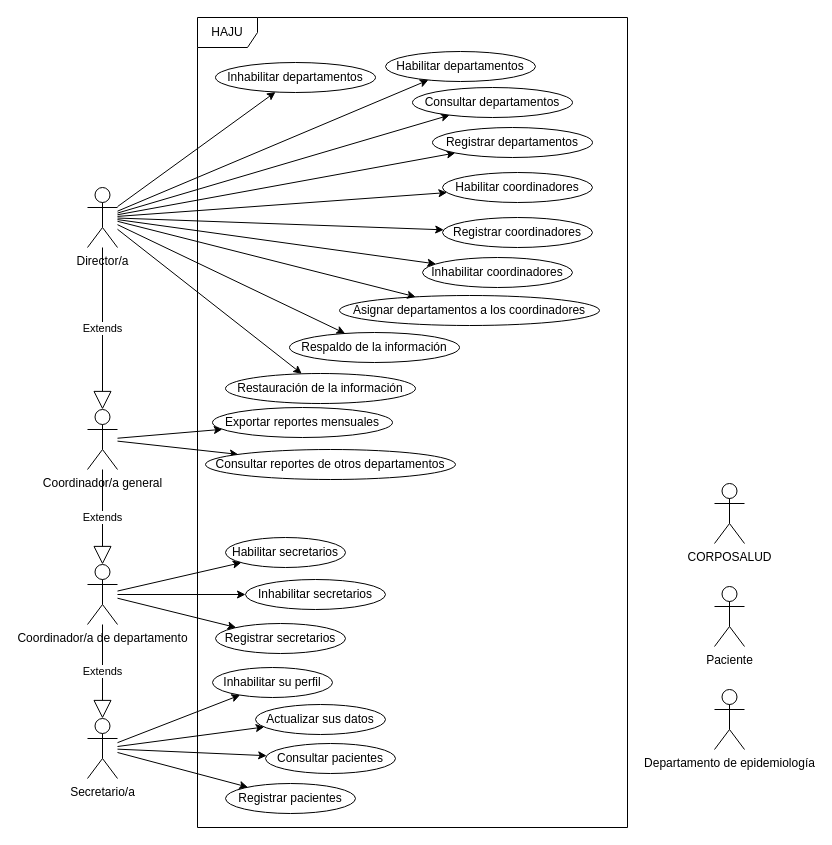
Before: page "Casos de Uso General" (3 of 5) of docs/Diagramas.drawio in fadrian06/haju, a draw.io diagram. Source tidied: cells renumbered, new cells numbered last; positions are measured from the earlier drawing's top-left corner, leaving out a move shared by most shapes. Both pictures are drawn from the tidied source at 100%, with x=0, y=0 at pixel (87, 17).
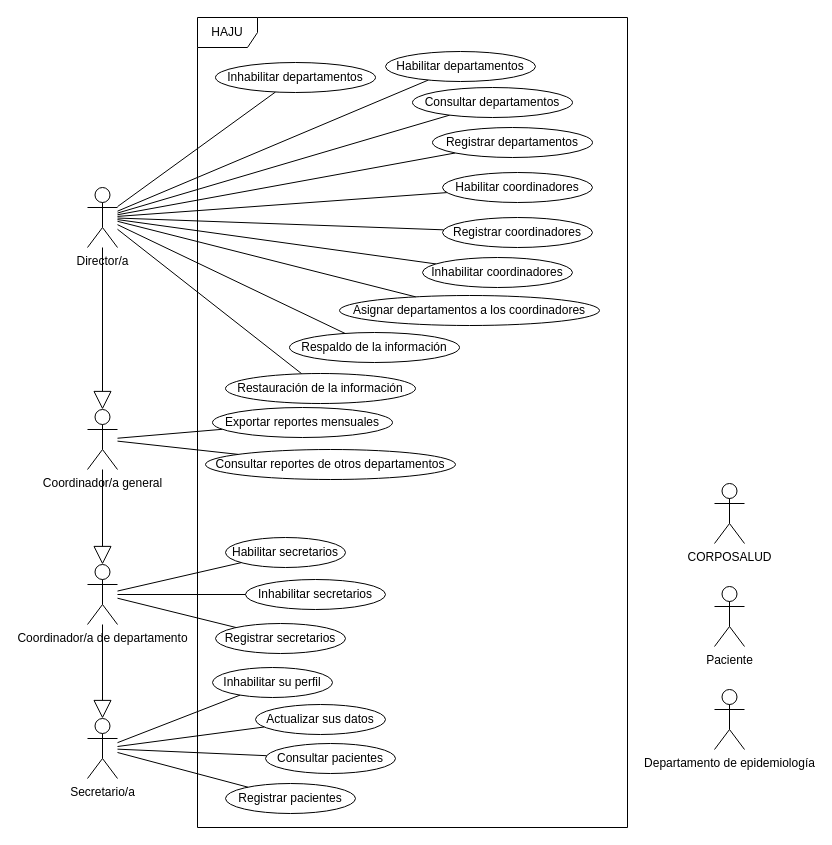
The same page after the edit.

The change refers to these unchanged cells:
```xml
<mxCell id="5" value="Coordinador/a de departamento" style="shape=umlActor;verticalLabelPosition=bottom;verticalAlign=top;html=1;" parent="1" vertex="1">
  <mxGeometry y="547" width="30" height="60" as="geometry" />
</mxCell>
<mxCell id="7" value="Registrar secretarios" style="ellipse;whiteSpace=wrap;html=1;" parent="1" vertex="1">
  <mxGeometry x="128" y="606" width="130" height="30" as="geometry" />
</mxCell>
<mxCell id="8" value="Habilitar secretarios" style="ellipse;whiteSpace=wrap;html=1;" parent="1" vertex="1">
  <mxGeometry x="138" y="520" width="120" height="30" as="geometry" />
</mxCell>
<mxCell id="9" value="Inhabilitar secretarios" style="ellipse;whiteSpace=wrap;html=1;" parent="1" vertex="1">
  <mxGeometry x="158" y="562" width="140" height="30" as="geometry" />
</mxCell>
<mxCell id="16" value="Coordinador/a general" style="shape=umlActor;verticalLabelPosition=bottom;verticalAlign=top;html=1;" parent="1" vertex="1">
  <mxGeometry y="392" width="30" height="60" as="geometry" />
</mxCell>
<mxCell id="18" value="Respaldo de la información" style="ellipse;whiteSpace=wrap;html=1;" parent="1" vertex="1">
  <mxGeometry x="202" y="315" width="170" height="30" as="geometry" />
</mxCell>
<mxCell id="19" value="Restauración de la información" style="ellipse;whiteSpace=wrap;html=1;" parent="1" vertex="1">
  <mxGeometry x="138" y="356" width="190" height="30" as="geometry" />
</mxCell>
<mxCell id="20" value="Consultar reportes de otros departamentos" style="ellipse;whiteSpace=wrap;html=1;" parent="1" vertex="1">
  <mxGeometry x="118" y="432" width="250" height="30" as="geometry" />
</mxCell>
<mxCell id="21" value="Exportar reportes mensuales" style="ellipse;whiteSpace=wrap;html=1;" parent="1" vertex="1">
  <mxGeometry x="125" y="390" width="180" height="30" as="geometry" />
</mxCell>
<mxCell id="22" value="Asignar departamentos a los coordinadores" style="ellipse;whiteSpace=wrap;html=1;" parent="1" vertex="1">
  <mxGeometry x="252" y="278" width="260" height="30" as="geometry" />
</mxCell>
<mxCell id="31" value="Director/a" style="shape=umlActor;verticalLabelPosition=bottom;verticalAlign=top;html=1;" parent="1" vertex="1">
  <mxGeometry y="170" width="30" height="60" as="geometry" />
</mxCell>
<mxCell id="33" value="Registrar coordinadores" style="ellipse;whiteSpace=wrap;html=1;" parent="1" vertex="1">
  <mxGeometry x="355" y="200" width="150" height="30" as="geometry" />
</mxCell>
<mxCell id="34" value="Habilitar coordinadores" style="ellipse;whiteSpace=wrap;html=1;" parent="1" vertex="1">
  <mxGeometry x="355" y="155" width="150" height="30" as="geometry" />
</mxCell>
<mxCell id="35" value="Inhabilitar coordinadores" style="ellipse;whiteSpace=wrap;html=1;" parent="1" vertex="1">
  <mxGeometry x="335" y="240" width="150" height="30" as="geometry" />
</mxCell>
<mxCell id="36" value="Registrar departamentos" style="ellipse;whiteSpace=wrap;html=1;" parent="1" vertex="1">
  <mxGeometry x="345" y="110" width="160" height="30" as="geometry" />
</mxCell>
<mxCell id="37" value="Consultar departamentos" style="ellipse;whiteSpace=wrap;html=1;" parent="1" vertex="1">
  <mxGeometry x="325" y="70" width="160" height="30" as="geometry" />
</mxCell>
<mxCell id="38" value="Habilitar departamentos" style="ellipse;whiteSpace=wrap;html=1;" parent="1" vertex="1">
  <mxGeometry x="298" y="34" width="150" height="30" as="geometry" />
</mxCell>
<mxCell id="39" value="Inhabilitar departamentos" style="ellipse;whiteSpace=wrap;html=1;" parent="1" vertex="1">
  <mxGeometry x="128" y="45" width="160" height="30" as="geometry" />
</mxCell>
<mxCell id="42" value="Secretario/a" style="shape=umlActor;verticalLabelPosition=bottom;verticalAlign=top;html=1;" parent="1" vertex="1">
  <mxGeometry y="701" width="30" height="60" as="geometry" />
</mxCell>
<mxCell id="43" value="Actualizar sus datos" style="ellipse;whiteSpace=wrap;html=1;" parent="1" vertex="1">
  <mxGeometry x="168" y="687" width="130" height="30" as="geometry" />
</mxCell>
<mxCell id="45" value="Consultar pacientes" style="ellipse;whiteSpace=wrap;html=1;" parent="1" vertex="1">
  <mxGeometry x="178" y="726" width="130" height="30" as="geometry" />
</mxCell>
<mxCell id="46" value="Registrar pacientes" style="ellipse;whiteSpace=wrap;html=1;" parent="1" vertex="1">
  <mxGeometry x="138" y="766" width="130" height="30" as="geometry" />
</mxCell>
<mxCell id="49" value="Inhabilitar su perfil" style="ellipse;whiteSpace=wrap;html=1;" parent="1" vertex="1">
  <mxGeometry x="125" y="650" width="120" height="30" as="geometry" />
</mxCell>
```

What changed in the source:
```diff
@@
-    <mxCell id="4" style="edgeStyle=none;rounded=0;jettySize=auto;html=1;" parent="1" edge="1" source="5" target="7">
+    <mxCell id="4" style="edgeStyle=none;rounded=0;jettySize=auto;html=1;endArrow=none;endFill=0;" parent="1" edge="1" source="5" target="7">
       <mxGeometry relative="1" as="geometry" />
     </mxCell>
@@
-    <mxCell id="6" value="Extends" style="endArrow=block;endSize=16;endFill=0;html=1;rounded=0;" parent="1" edge="1" source="5" target="42">
+    <mxCell id="6" style="endArrow=block;endSize=16;endFill=0;html=1;rounded=0;" parent="1" edge="1" source="5" target="42">
       <mxGeometry relative="1" as="geometry" />
     </mxCell>
@@
-    <mxCell id="10" style="edgeStyle=none;rounded=0;jettySize=auto;html=1;" parent="1" edge="1" source="5" target="9">
+    <mxCell id="10" style="edgeStyle=none;rounded=0;jettySize=auto;html=1;endArrow=none;endFill=0;" parent="1" edge="1" source="5" target="9">
       <mxGeometry relative="1" as="geometry" />
     </mxCell>
-    <mxCell id="11" style="edgeStyle=none;rounded=0;jettySize=auto;html=1;" parent="1" edge="1" source="5" target="8">
+    <mxCell id="11" style="edgeStyle=none;rounded=0;jettySize=auto;html=1;endArrow=none;endFill=0;" parent="1" edge="1" source="5" target="8">
       <mxGeometry relative="1" as="geometry" />
     </mxCell>
-    <mxCell id="12" style="edgeStyle=none;rounded=0;jettySize=auto;html=1;" parent="1" edge="1" source="31" target="19">
+    <mxCell id="12" style="edgeStyle=none;rounded=0;jettySize=auto;html=1;endArrow=none;endFill=0;" parent="1" edge="1" source="31" target="19">
       <mxGeometry relative="1" as="geometry" />
     </mxCell>
-    <mxCell id="13" style="edgeStyle=none;rounded=0;jettySize=auto;html=1;" parent="1" edge="1" source="31" target="18">
+    <mxCell id="13" style="edgeStyle=none;rounded=0;jettySize=auto;html=1;endArrow=none;endFill=0;" parent="1" edge="1" source="31" target="18">
       <mxGeometry relative="1" as="geometry" />
     </mxCell>
-    <mxCell id="14" style="edgeStyle=none;rounded=0;jettySize=auto;html=1;" parent="1" edge="1" source="16" target="21">
+    <mxCell id="14" style="edgeStyle=none;rounded=0;jettySize=auto;html=1;endArrow=none;endFill=0;" parent="1" edge="1" source="16" target="21">
       <mxGeometry relative="1" as="geometry" />
     </mxCell>
-    <mxCell id="15" style="edgeStyle=none;rounded=0;jettySize=auto;html=1;" parent="1" edge="1" source="16" target="20">
+    <mxCell id="15" style="edgeStyle=none;rounded=0;jettySize=auto;html=1;endArrow=none;endFill=0;" parent="1" edge="1" source="16" target="20">
       <mxGeometry relative="1" as="geometry" />
     </mxCell>
@@
-    <mxCell id="17" value="Extends" style="endArrow=block;endSize=16;endFill=0;html=1;rounded=0;" parent="1" edge="1" source="16" target="5">
+    <mxCell id="17" style="endArrow=block;endSize=16;endFill=0;html=1;rounded=0;" parent="1" edge="1" source="16" target="5">
       <mxGeometry relative="1" as="geometry" />
     </mxCell>
@@
-    <mxCell id="23" style="edgeStyle=none;rounded=0;jettySize=auto;html=1;" parent="1" edge="1" source="31" target="39">
+    <mxCell id="23" style="edgeStyle=none;rounded=0;jettySize=auto;html=1;strokeColor=default;endArrow=none;endFill=0;" parent="1" edge="1" source="31" target="39">
       <mxGeometry relative="1" as="geometry" />
     </mxCell>
-    <mxCell id="24" style="edgeStyle=none;rounded=0;jettySize=auto;html=1;" parent="1" edge="1" source="31" target="38">
+    <mxCell id="24" style="edgeStyle=none;rounded=0;jettySize=auto;html=1;endArrow=none;endFill=0;" parent="1" edge="1" source="31" target="38">
       <mxGeometry relative="1" as="geometry" />
     </mxCell>
-    <mxCell id="25" style="edgeStyle=none;rounded=0;jettySize=auto;html=1;" parent="1" edge="1" source="31" target="37">
+    <mxCell id="25" style="edgeStyle=none;rounded=0;jettySize=auto;html=1;endArrow=none;endFill=0;" parent="1" edge="1" source="31" target="37">
       <mxGeometry relative="1" as="geometry" />
     </mxCell>
-    <mxCell id="26" style="edgeStyle=none;rounded=0;jettySize=auto;html=1;" parent="1" edge="1" source="31" target="36">
+    <mxCell id="26" style="edgeStyle=none;rounded=0;jettySize=auto;html=1;endArrow=none;endFill=0;" parent="1" edge="1" source="31" target="36">
       <mxGeometry relative="1" as="geometry" />
     </mxCell>
-    <mxCell id="27" style="edgeStyle=none;rounded=0;jettySize=auto;html=1;" parent="1" edge="1" source="31" target="34">
+    <mxCell id="27" style="edgeStyle=none;rounded=0;jettySize=auto;html=1;endArrow=none;endFill=0;" parent="1" edge="1" source="31" target="34">
       <mxGeometry relative="1" as="geometry" />
     </mxCell>
-    <mxCell id="28" style="edgeStyle=none;rounded=0;jettySize=auto;html=1;" parent="1" edge="1" source="31" target="33">
+    <mxCell id="28" style="edgeStyle=none;rounded=0;jettySize=auto;html=1;endArrow=none;endFill=0;" parent="1" edge="1" source="31" target="33">
       <mxGeometry relative="1" as="geometry" />
     </mxCell>
-    <mxCell id="29" style="edgeStyle=none;rounded=0;jettySize=auto;html=1;" parent="1" edge="1" source="31" target="35">
+    <mxCell id="29" style="edgeStyle=none;rounded=0;jettySize=auto;html=1;endArrow=none;endFill=0;" parent="1" edge="1" source="31" target="35">
       <mxGeometry relative="1" as="geometry" />
     </mxCell>
-    <mxCell id="30" style="edgeStyle=none;rounded=0;jettySize=auto;html=1;" parent="1" edge="1" source="31" target="22">
+    <mxCell id="30" style="edgeStyle=none;rounded=0;jettySize=auto;html=1;endArrow=none;endFill=0;" parent="1" edge="1" source="31" target="22">
       <mxGeometry relative="1" as="geometry" />
     </mxCell>
@@
-    <mxCell id="32" value="Extends" style="endArrow=block;endSize=16;endFill=0;html=1;rounded=0;" parent="1" edge="1" source="31" target="16">
+    <mxCell id="32" style="endArrow=block;endSize=16;endFill=0;html=1;rounded=0;" parent="1" edge="1" source="31" target="16">
       <mxGeometry relative="1" as="geometry" />
     </mxCell>
@@
-    <mxCell id="44" style="rounded=0;jettySize=auto;html=1;" parent="1" edge="1" source="42" target="43">
+    <mxCell id="44" style="rounded=0;jettySize=auto;html=1;endArrow=none;endFill=0;" parent="1" edge="1" source="42" target="43">
       <mxGeometry relative="1" as="geometry" />
     </mxCell>
@@
-    <mxCell id="47" style="rounded=0;jettySize=auto;html=1;" parent="1" edge="1" source="42" target="46">
+    <mxCell id="47" style="rounded=0;jettySize=auto;html=1;endArrow=none;endFill=0;" parent="1" edge="1" source="42" target="46">
       <mxGeometry relative="1" as="geometry" />
     </mxCell>
-    <mxCell id="48" style="rounded=0;jettySize=auto;html=1;" parent="1" edge="1" source="42" target="45">
+    <mxCell id="48" style="rounded=0;jettySize=auto;html=1;endArrow=none;endFill=0;" parent="1" edge="1" source="42" target="45">
       <mxGeometry relative="1" as="geometry" />
     </mxCell>
@@
-    <mxCell id="50" style="edgeStyle=none;rounded=0;jettySize=auto;html=1;" parent="1" edge="1" source="42" target="49">
+    <mxCell id="50" style="edgeStyle=none;rounded=0;jettySize=auto;html=1;endArrow=none;endFill=0;" parent="1" edge="1" source="42" target="49">
       <mxGeometry relative="1" as="geometry" />
     </mxCell>
```
